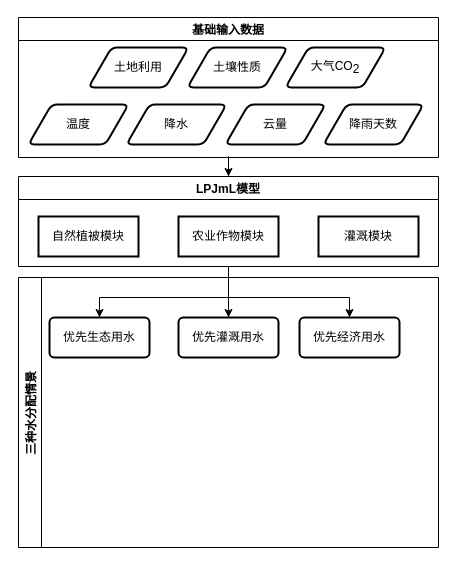
Earlier version of the draw.io diagram 黄河可持续技术路线.drawio (THRILLERLEMON/Draw.IO). Source tidied: cells renumbered, new cells numbered last; positions are measured from the earlier drawing's top-left corner, leaving out a move shared by most shapes. Both pictures are drawn from the tidied source at 100%, with x=0, y=0 at pixel (18, 17).
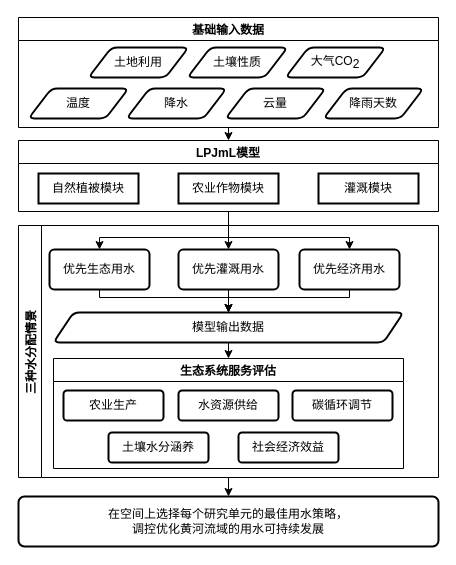
After the change.

Commit message:
更新黄河可持续技术路线.drawio

The edit, as a diff of the source:
```diff
@@
-    <mxCell id="2" style="edgeStyle=orthogonalEdgeStyle;rounded=0;jettySize=auto;html=1;entryX=0.5;entryY=0;entryDx=0;entryDy=0;" parent="1" edge="1" source="3" target="12">
+    <mxCell id="2" style="edgeStyle=orthogonalEdgeStyle;rounded=0;jettySize=auto;html=1;entryX=0.5;entryY=0;entryDx=0;entryDy=0;exitX=0.5;exitY=1;exitDx=0;exitDy=0;" parent="1" edge="1" source="3" target="12">
       <mxGeometry relative="1" as="geometry" />
     </mxCell>
     <mxCell id="3" value="基础输入数据" style="swimlane;" parent="1" vertex="1">
-      <mxGeometry width="420" height="140" as="geometry" />
+      <mxGeometry width="420" height="110" as="geometry" />
     </mxCell>
     <mxCell id="4" value="温度" style="shape=parallelogram;html=1;strokeWidth=2;perimeter=parallelogramPerimeter;whiteSpace=wrap;rounded=1;arcSize=12;size=0.23;" parent="3" vertex="1">
-      <mxGeometry x="10" y="87" width="100" height="40" as="geometry" />
+      <mxGeometry x="10" y="71" width="100" height="30" as="geometry" />
     </mxCell>
     <mxCell id="5" value="降水" style="shape=parallelogram;html=1;strokeWidth=2;perimeter=parallelogramPerimeter;whiteSpace=wrap;rounded=1;arcSize=12;size=0.23;" parent="3" vertex="1">
-      <mxGeometry x="108" y="87" width="100" height="40" as="geometry" />
+      <mxGeometry x="108" y="71" width="100" height="30" as="geometry" />
     </mxCell>
     <mxCell id="6" value="云量" style="shape=parallelogram;html=1;strokeWidth=2;perimeter=parallelogramPerimeter;whiteSpace=wrap;rounded=1;arcSize=12;size=0.23;" parent="3" vertex="1">
-      <mxGeometry x="207" y="87" width="100" height="40" as="geometry" />
+      <mxGeometry x="207" y="71" width="100" height="30" as="geometry" />
     </mxCell>
     <mxCell id="7" value="降雨天数" style="shape=parallelogram;html=1;strokeWidth=2;perimeter=parallelogramPerimeter;whiteSpace=wrap;rounded=1;arcSize=12;size=0.23;" parent="3" vertex="1">
-      <mxGeometry x="305" y="87" width="100" height="40" as="geometry" />
+      <mxGeometry x="305" y="71" width="100" height="30" as="geometry" />
     </mxCell>
     <mxCell id="8" value="土地利用" style="shape=parallelogram;html=1;strokeWidth=2;perimeter=parallelogramPerimeter;whiteSpace=wrap;rounded=1;arcSize=12;size=0.23;" parent="3" vertex="1">
-      <mxGeometry x="70" y="30" width="100" height="40" as="geometry" />
+      <mxGeometry x="70" y="30" width="100" height="30" as="geometry" />
     </mxCell>
     <mxCell id="9" value="土壤性质" style="shape=parallelogram;html=1;strokeWidth=2;perimeter=parallelogramPerimeter;whiteSpace=wrap;rounded=1;arcSize=12;size=0.23;" parent="3" vertex="1">
-      <mxGeometry x="169" y="30" width="100" height="40" as="geometry" />
+      <mxGeometry x="169" y="30" width="100" height="30" as="geometry" />
     </mxCell>
     <mxCell id="10" value="&lt;p style=&quot;margin-top: 0pt ; margin-bottom: 0pt ; margin-left: 0in ; text-align: left ; direction: ltr ; unicode-bidi: embed ; word-break: normal&quot;&gt;&lt;span&gt;大气&lt;/span&gt;&lt;span style=&quot;font-family: &amp;#34;calibri&amp;#34;&quot;&gt;CO&lt;/span&gt;&lt;span style=&quot;font-family: &amp;#34;calibri&amp;#34; ; vertical-align: sub&quot;&gt;2&lt;/span&gt;&lt;/p&gt;" style="shape=parallelogram;html=1;strokeWidth=2;perimeter=parallelogramPerimeter;whiteSpace=wrap;rounded=1;arcSize=12;size=0.23;" parent="3" vertex="1">
-      <mxGeometry x="267" y="30" width="100" height="40" as="geometry" />
+      <mxGeometry x="267" y="30" width="100" height="30" as="geometry" />
     </mxCell>
+    <mxCell id="20" style="edgeStyle=orthogonalEdgeStyle;rounded=0;jettySize=auto;html=1;exitX=0.5;exitY=1;exitDx=0;exitDy=0;entryX=0.5;entryY=0;entryDx=0;entryDy=0;" parent="1" edge="1" source="12" target="18">
+      <mxGeometry relative="1" as="geometry" />
+    </mxCell>
     <mxCell id="11" style="edgeStyle=orthogonalEdgeStyle;rounded=0;jettySize=auto;html=1;exitX=0.5;exitY=1;exitDx=0;exitDy=0;entryX=0.5;entryY=0;entryDx=0;entryDy=0;" parent="1" edge="1" source="12" target="17">
       <mxGeometry relative="1" as="geometry">
         <Array as="points">
-          <mxPoint x="210" y="280" />
-          <mxPoint x="81" y="280" />
+          <mxPoint x="210" y="220" />
+          <mxPoint x="81" y="220" />
         </Array>
       </mxGeometry>
     </mxCell>
+    <mxCell id="22" style="edgeStyle=orthogonalEdgeStyle;rounded=0;jettySize=auto;html=1;exitX=0.5;exitY=1;exitDx=0;exitDy=0;entryX=0.5;entryY=0;entryDx=0;entryDy=0;" parent="1" edge="1" source="12" target="19">
+      <mxGeometry relative="1" as="geometry">
+        <Array as="points">
+          <mxPoint x="210" y="220" />
+          <mxPoint x="331" y="220" />
+        </Array>
+      </mxGeometry>
+    </mxCell>
     <mxCell id="12" value="LPJmL模型" style="swimlane;" parent="1" vertex="1">
-      <mxGeometry y="159" width="420" height="90" as="geometry" />
+      <mxGeometry y="123" width="420" height="71" as="geometry" />
     </mxCell>
     <mxCell id="13" value="自然植被模块" style="rounded=0;whiteSpace=wrap;html=1;strokeWidth=2;arcSize=12;" parent="12" vertex="1">
-      <mxGeometry x="20" y="40" width="100" height="40" as="geometry" />
+      <mxGeometry x="20" y="33" width="100" height="30" as="geometry" />
     </mxCell>
     <mxCell id="14" value="农业作物模块" style="rounded=0;whiteSpace=wrap;html=1;strokeWidth=2;arcSize=12;" parent="12" vertex="1">
-      <mxGeometry x="160" y="40" width="100" height="40" as="geometry" />
+      <mxGeometry x="160" y="33" width="100" height="30" as="geometry" />
     </mxCell>
     <mxCell id="15" value="灌溉模块" style="rounded=0;whiteSpace=wrap;html=1;strokeWidth=2;arcSize=12;" parent="12" vertex="1">
-      <mxGeometry x="300" y="40" width="100" height="40" as="geometry" />
+      <mxGeometry x="300" y="33" width="100" height="30" as="geometry" />
     </mxCell>
+    <mxCell id="23" style="edgeStyle=orthogonalEdgeStyle;rounded=0;jettySize=auto;html=1;exitX=0.5;exitY=1;exitDx=0;exitDy=0;entryX=0.5;entryY=0;entryDx=0;entryDy=0;" parent="1" edge="1" source="16" target="35">
+      <mxGeometry relative="1" as="geometry" />
+    </mxCell>
     <mxCell id="16" value="三种水分配情景" style="swimlane;horizontal=0;" parent="1" vertex="1">
-      <mxGeometry y="260" width="420" height="270" as="geometry" />
+      <mxGeometry y="208" width="420" height="252" as="geometry" />
     </mxCell>
+    <mxCell id="24" style="edgeStyle=orthogonalEdgeStyle;rounded=0;jettySize=auto;html=1;exitX=0.5;exitY=1;exitDx=0;exitDy=0;entryX=0.5;entryY=0;entryDx=0;entryDy=0;" parent="16" edge="1" source="17" target="28">
+      <mxGeometry relative="1" as="geometry">
+        <Array as="points">
+          <mxPoint x="81" y="72" />
+          <mxPoint x="210" y="72" />
+        </Array>
+      </mxGeometry>
+    </mxCell>
     <mxCell id="17" value="优先生态用水" style="rounded=1;whiteSpace=wrap;html=1;strokeWidth=2;arcSize=12;" parent="16" vertex="1">
-      <mxGeometry x="31" y="40" width="100" height="40" as="geometry" />
+      <mxGeometry x="31" y="24" width="100" height="40" as="geometry" />
     </mxCell>
+    <mxCell id="25" style="edgeStyle=orthogonalEdgeStyle;rounded=0;jettySize=auto;html=1;entryX=0.5;entryY=0;entryDx=0;entryDy=0;" parent="16" edge="1" source="18" target="28">
+      <mxGeometry relative="1" as="geometry" />
+    </mxCell>
     <mxCell id="18" value="优先灌溉用水" style="rounded=1;whiteSpace=wrap;html=1;strokeWidth=2;arcSize=12;" parent="16" vertex="1">
-      <mxGeometry x="160" y="40" width="100" height="40" as="geometry" />
+      <mxGeometry x="160" y="24" width="100" height="40" as="geometry" />
     </mxCell>
+    <mxCell id="26" style="edgeStyle=orthogonalEdgeStyle;rounded=0;jettySize=auto;html=1;entryX=0.5;entryY=0;entryDx=0;entryDy=0;" parent="16" edge="1" source="19" target="28">
+      <mxGeometry relative="1" as="geometry">
+        <Array as="points">
+          <mxPoint x="331" y="72" />
+          <mxPoint x="210" y="72" />
+        </Array>
+      </mxGeometry>
+    </mxCell>
     <mxCell id="19" value="优先经济用水" style="rounded=1;whiteSpace=wrap;html=1;strokeWidth=2;arcSize=12;" parent="16" vertex="1">
-      <mxGeometry x="281" y="40" width="100" height="40" as="geometry" />
+      <mxGeometry x="281" y="24" width="100" height="40" as="geometry" />
     </mxCell>
-    <mxCell id="20" style="edgeStyle=orthogonalEdgeStyle;rounded=0;jettySize=auto;html=1;exitX=0.5;exitY=1;exitDx=0;exitDy=0;entryX=0.5;entryY=0;entryDx=0;entryDy=0;" parent="1" edge="1" source="12" target="18">
-      <mxGeometry relative="1" as="geometry" />
-    </mxCell>
-    <mxCell id="21" style="edgeStyle=orthogonalEdgeStyle;rounded=0;jettySize=auto;html=1;entryX=0.5;entryY=0;entryDx=0;entryDy=0;" parent="1" edge="1" target="19">
-      <mxGeometry relative="1" as="geometry">
-        <mxPoint x="210" y="250" as="sourcePoint" />
-        <Array as="points">
-          <mxPoint x="210" y="280" />
-          <mxPoint x="331" y="280" />
-        </Array>
-      </mxGeometry>
-    </mxCell>
+    <mxCell id="27" style="edgeStyle=orthogonalEdgeStyle;rounded=0;jettySize=auto;html=1;exitX=0.5;exitY=1;exitDx=0;exitDy=0;entryX=0.5;entryY=0;entryDx=0;entryDy=0;" parent="16" edge="1" source="28" target="29">
+      <mxGeometry relative="1" as="geometry" />
+    </mxCell>
+    <mxCell id="28" value="模型输出数据" style="shape=parallelogram;perimeter=parallelogramPerimeter;whiteSpace=wrap;html=1;fixedSize=1;rounded=1;strokeWidth=2;arcSize=12;" parent="16" vertex="1">
+      <mxGeometry x="35" y="87" width="350" height="30" as="geometry" />
+    </mxCell>
+    <mxCell id="29" value="生态系统服务评估" style="swimlane;rounded=0;" parent="16" vertex="1">
+      <mxGeometry x="35" y="133" width="350" height="110" as="geometry" />
+    </mxCell>
+    <mxCell id="30" value="碳循环调节" style="rounded=1;whiteSpace=wrap;html=1;strokeWidth=2;arcSize=12;" parent="29" vertex="1">
+      <mxGeometry x="239" y="32" width="100" height="30" as="geometry" />
+    </mxCell>
+    <mxCell id="31" value="土壤水分涵养" style="rounded=1;whiteSpace=wrap;html=1;strokeWidth=2;arcSize=12;" parent="29" vertex="1">
+      <mxGeometry x="55" y="74" width="100" height="30" as="geometry" />
+    </mxCell>
+    <mxCell id="32" value="水资源供给" style="rounded=1;whiteSpace=wrap;html=1;strokeWidth=2;arcSize=12;" parent="29" vertex="1">
+      <mxGeometry x="125" y="32" width="100" height="30" as="geometry" />
+    </mxCell>
+    <mxCell id="33" value="农业生产" style="rounded=1;whiteSpace=wrap;html=1;strokeWidth=2;arcSize=12;" parent="29" vertex="1">
+      <mxGeometry x="10" y="32" width="100" height="30" as="geometry" />
+    </mxCell>
+    <mxCell id="34" value="社会经济效益" style="rounded=1;whiteSpace=wrap;html=1;strokeWidth=2;arcSize=12;" parent="29" vertex="1">
+      <mxGeometry x="185" y="74" width="100" height="30" as="geometry" />
+    </mxCell>
+    <mxCell id="35" value="在空间上选择每个研究单元的最佳用水策略，&lt;br&gt;调控优化黄河流域的用水可持续发展" style="rounded=1;whiteSpace=wrap;html=1;strokeWidth=2;arcSize=12;" parent="1" vertex="1">
+      <mxGeometry y="479" width="420" height="50" as="geometry" />
+    </mxCell>
```
